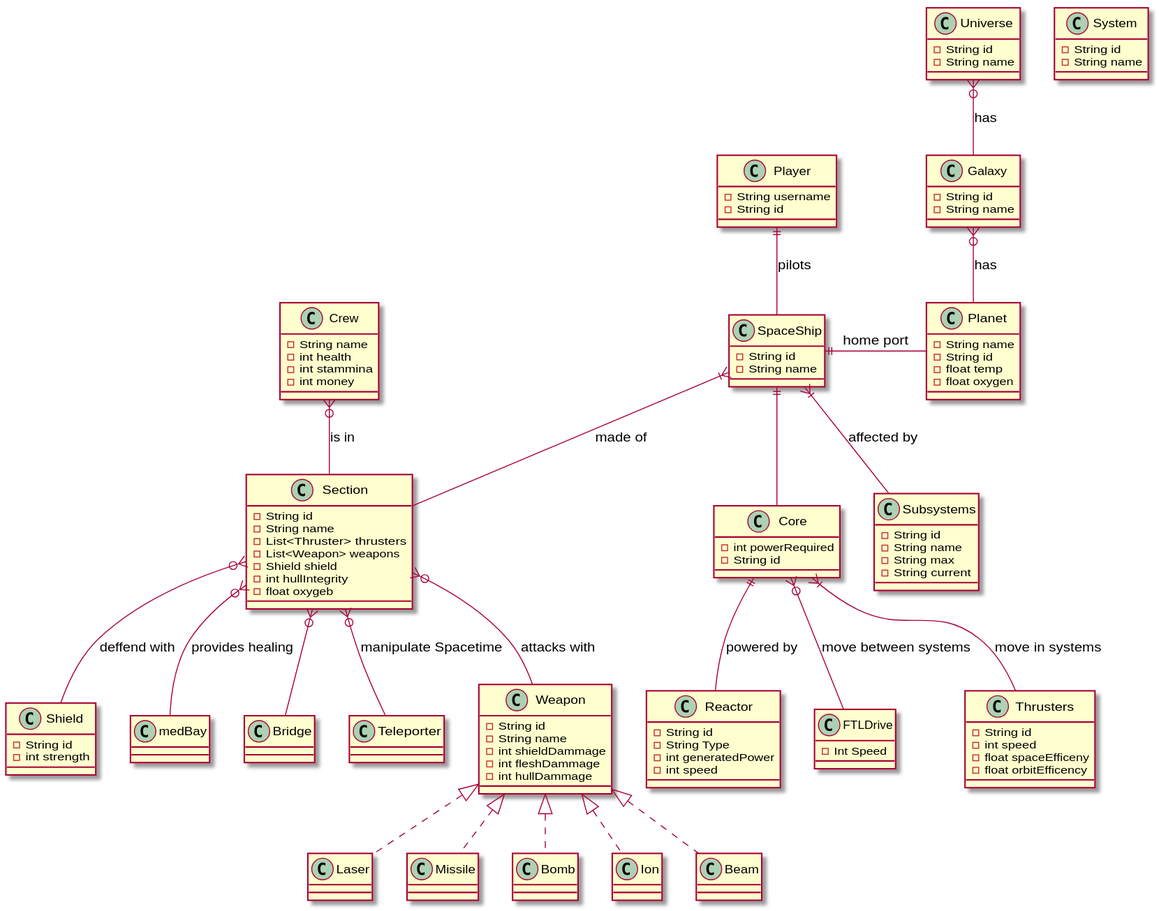
Earlier version of the PlantUML export docs/raumschiff.svg (ksreyr/SpaceStudio).
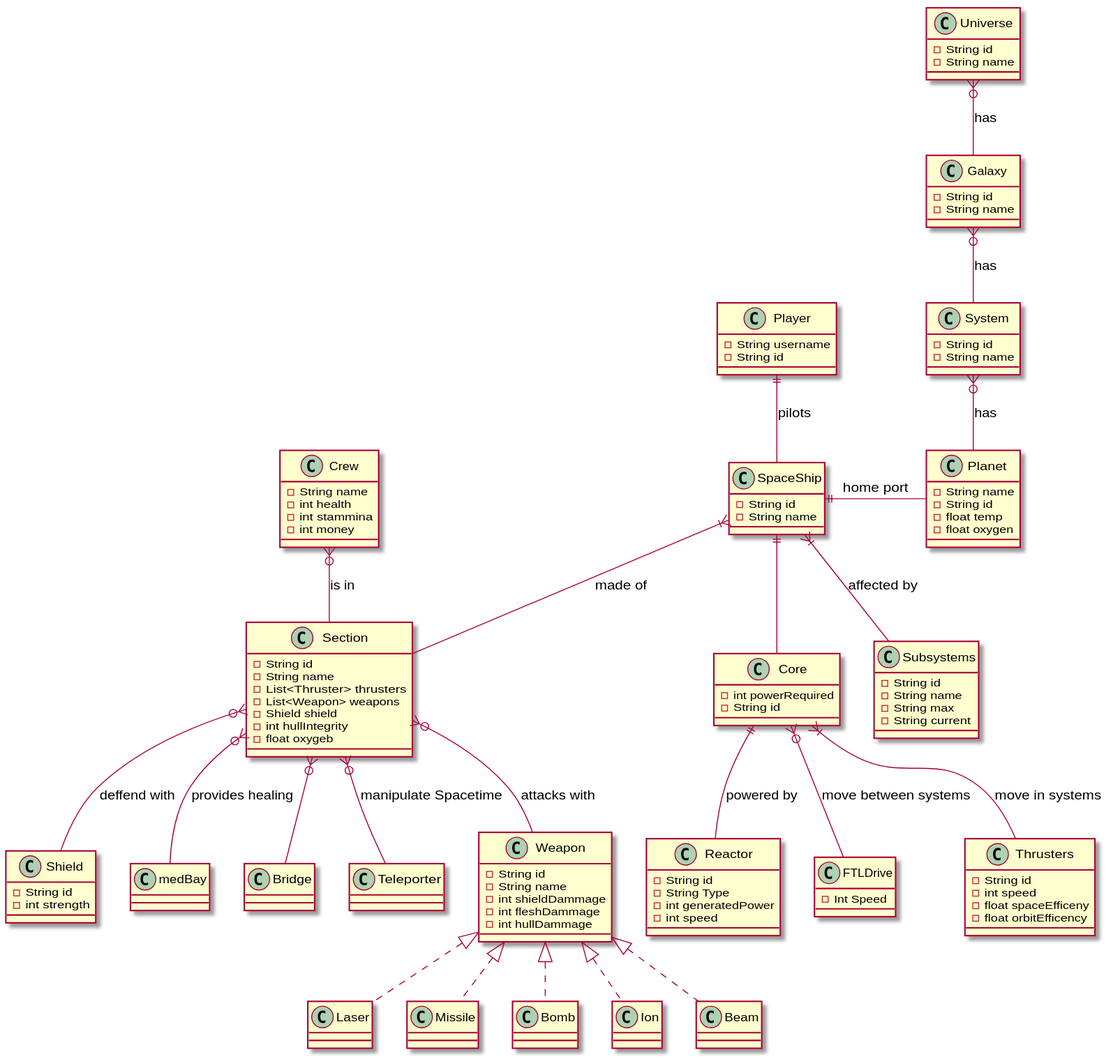
Later version of the same file.

Commit message:
add system to view

The edit, as a diff of the source:
```diff
@@ -106,7 +106,8 @@
 
 
 Universe }o-- Galaxy: has
-Galaxy   }o-- Planet: has
+Galaxy }o-- System: has
+System }o-- Planet: has
 SpaceShip ||-right- Planet : home port
 
 Player ||-- SpaceShip: pilots
```
